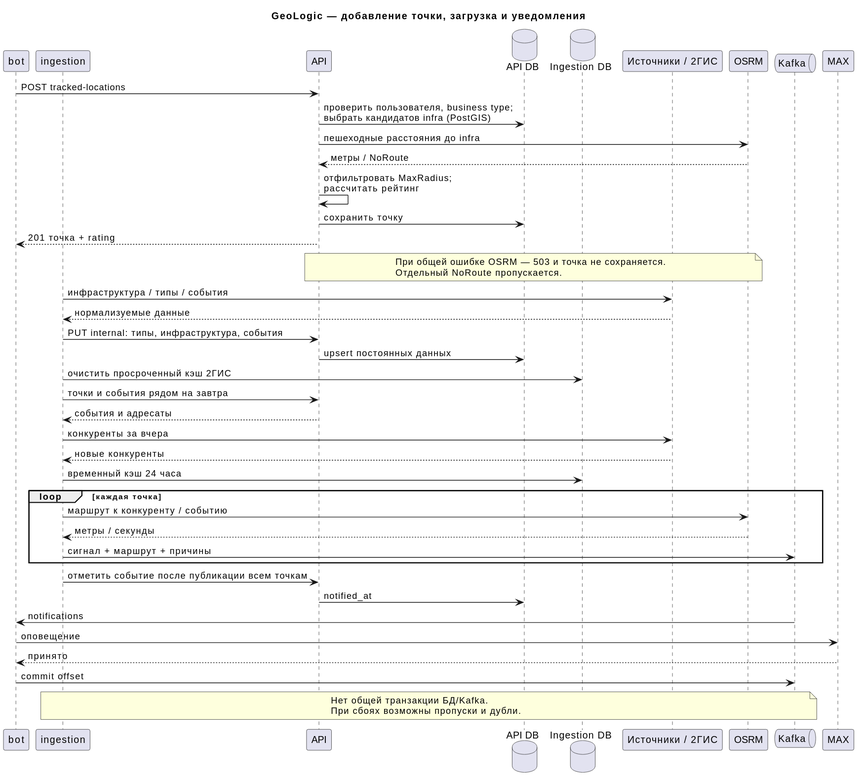
Before: docs/diagrams/rendered/monitoring-sequence.svg, a diagram exported from PlantUML (kotafan1rich/GeoLogic-Monitor).
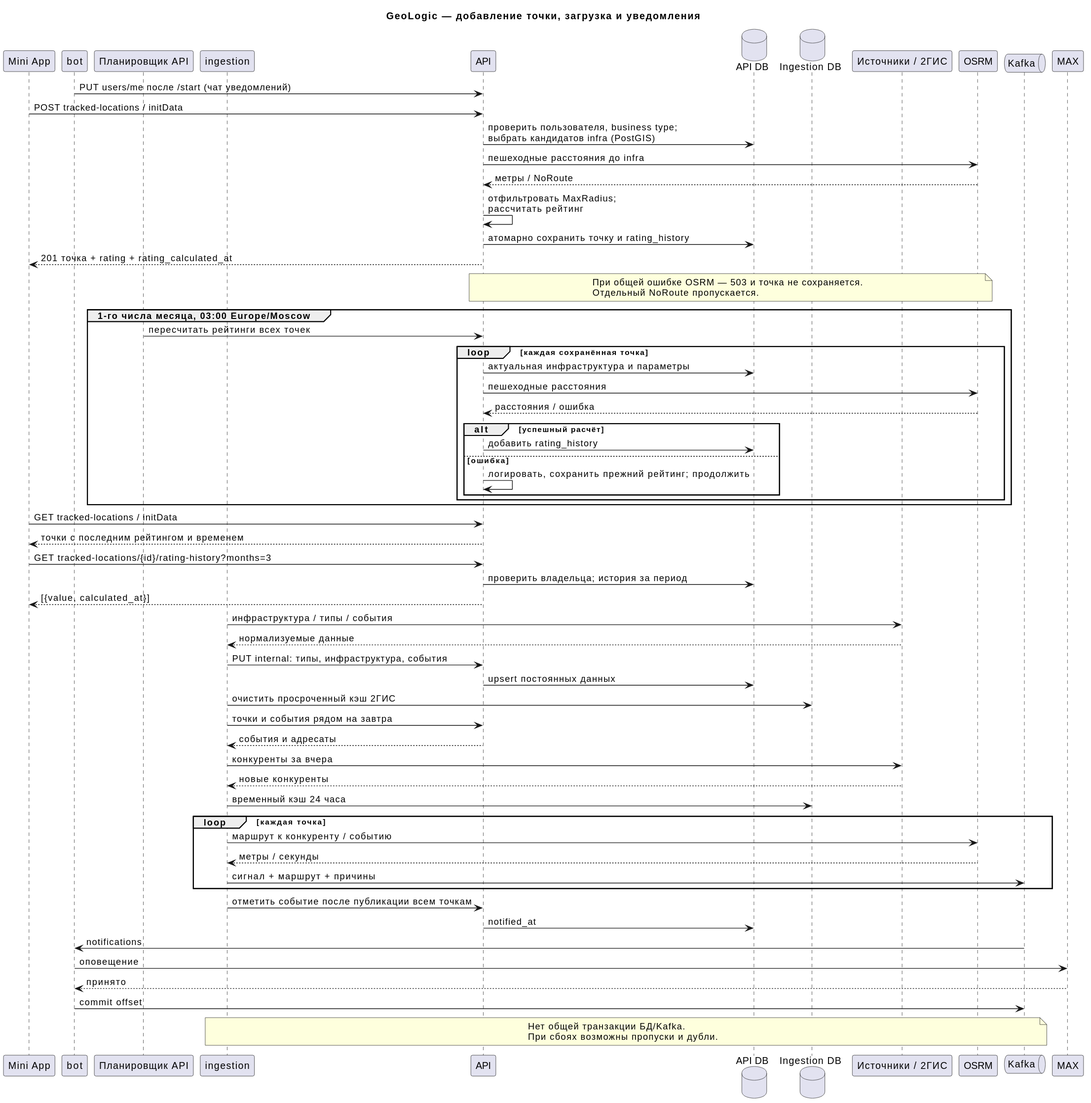
The same file after the commit.

The edit, as a diff of the source:
```diff
@@ -1,6 +1,8 @@
 @startuml
 title GeoLogic — добавление точки, загрузка и уведомления
+participant "Mini App" as F
 participant bot as B
+participant "Планировщик API" as S
 participant ingestion as W
 participant API as A
 database "API DB" as ADB
@@ -9,17 +11,36 @@
 participant OSRM as R
 queue Kafka as K
 participant MAX as M
-B -> A : POST tracked-locations
+B -> A : PUT users/me после /start (чат уведомлений)
+F -> A : POST tracked-locations / initData
 A -> ADB : проверить пользователя, business type;\nвыбрать кандидатов infra (PostGIS)
 A -> R : пешеходные расстояния до infra
 R --> A : метры / NoRoute
 A -> A : отфильтровать MaxRadius;\nрассчитать рейтинг
-A -> ADB : сохранить точку
-A --> B : 201 точка + rating
+A -> ADB : атомарно сохранить точку и rating_history
+A --> F : 201 точка + rating + rating_calculated_at
 note over A,R
  При общей ошибке OSRM — 503 и точка не сохраняется.
  Отдельный NoRoute пропускается.
 end note
+group 1-го числа месяца, 03:00 Europe/Moscow
+ S -> A : пересчитать рейтинги всех точек
+ loop каждая сохранённая точка
+  A -> ADB : актуальная инфраструктура и параметры
+  A -> R : пешеходные расстояния
+  R --> A : расстояния / ошибка
+  alt успешный расчёт
+   A -> ADB : добавить rating_history
+  else ошибка
+   A -> A : логировать, сохранить прежний рейтинг; продолжить
+  end
+ end
+end
+F -> A : GET tracked-locations / initData
+A --> F : точки с последним рейтингом и временем
+F -> A : GET tracked-locations/{id}/rating-history?months=3
+A -> ADB : проверить владельца; история за период
+A --> F : [{value, calculated_at}]
 W -> P : инфраструктура / типы / события
 P --> W : нормализуемые данные
 W -> A : PUT internal: типы, инфраструктура, события
```
